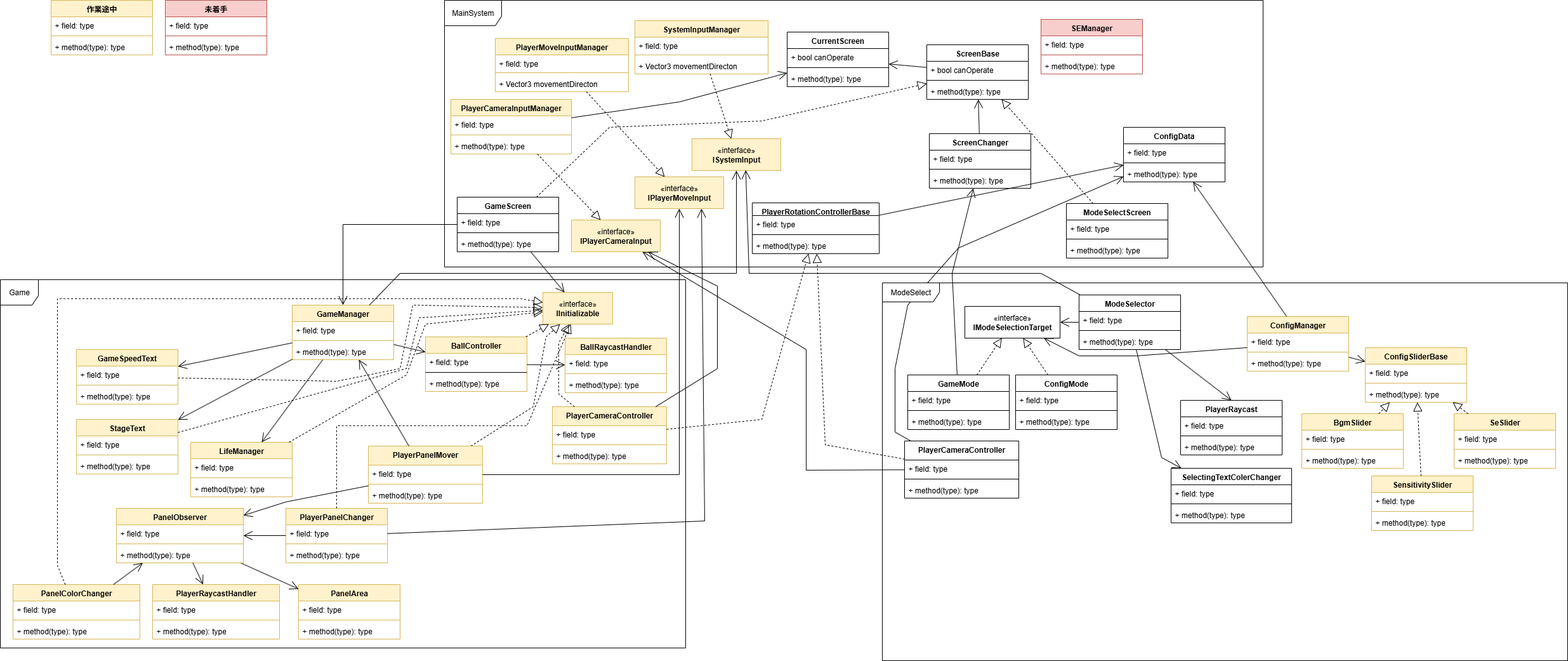
Earlier version of the draw.io export BreakOut.drawio.png (UzukiAlto/3DBreakout). Source tidied: cells renumbered, new cells last; positions are measured from the earlier drawing's top-left corner, leaving out a move shared by most shapes.
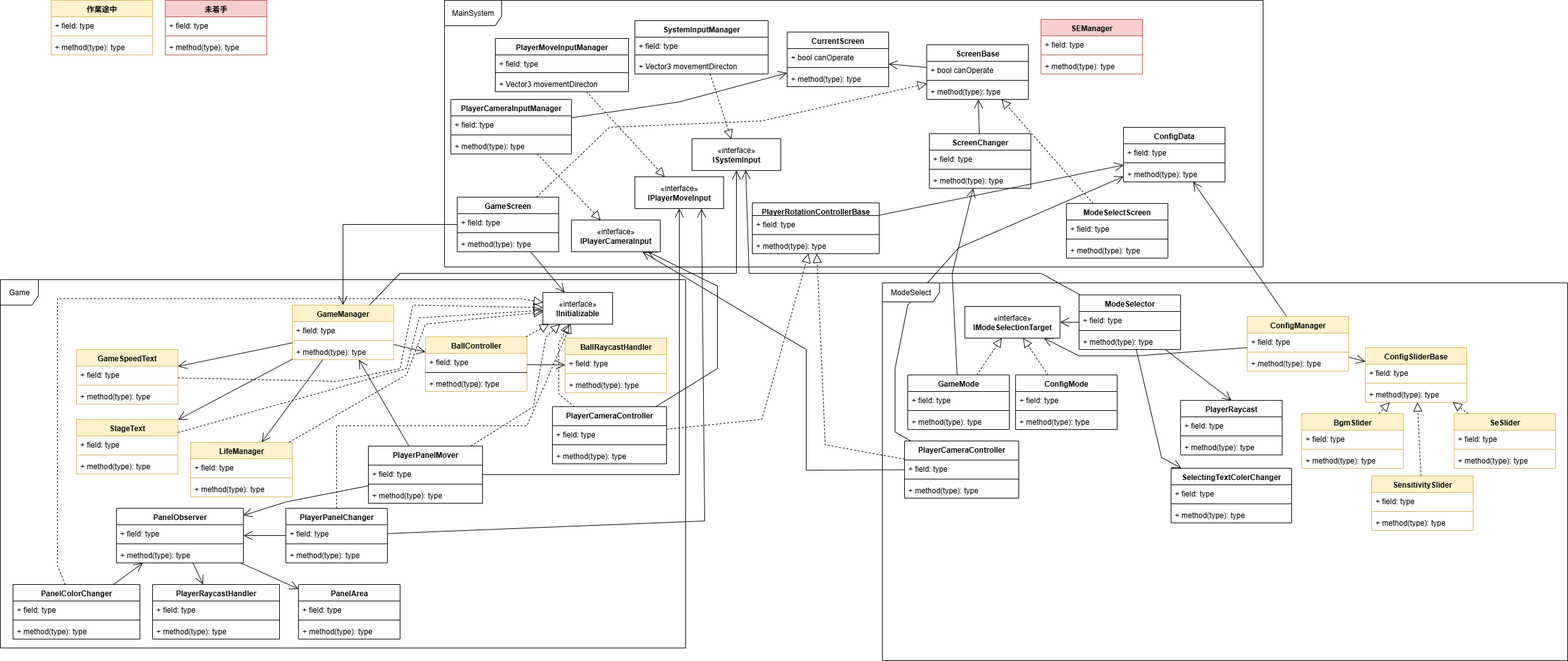
The same file after the commit.

The edit, as a diff of the source:
```diff
@@ -127,7 +127,7 @@
     <mxCell id="36" value="+ method(type): type" style="text;strokeColor=none;fillColor=none;align=left;verticalAlign=top;spacingLeft=4;spacingRight=4;overflow=hidden;whiteSpace=wrap;html=1;" parent="33" vertex="1">
       <mxGeometry y="60" width="160" height="26" as="geometry" />
     </mxCell>
-    <mxCell id="37" value="PlayerCameraController" style="swimlane;fontStyle=1;align=center;verticalAlign=top;horizontal=1;startSize=30;whiteSpace=wrap;html=1;fillColor=#fff2cc;strokeColor=#d6b656;" parent="1" vertex="1">
+    <mxCell id="37" value="PlayerCameraController" style="swimlane;fontStyle=1;align=center;verticalAlign=top;horizontal=1;startSize=30;whiteSpace=wrap;html=1;" parent="1" vertex="1">
       <mxGeometry x="870" y="640" width="180" height="90" as="geometry" />
     </mxCell>
     <mxCell id="38" value="+ field: type" style="text;align=left;verticalAlign=top;spacingLeft=4;spacingRight=4;overflow=hidden;whiteSpace=wrap;html=1;" parent="37" vertex="1">
@@ -146,7 +146,7 @@
         </Array>
       </mxGeometry>
     </mxCell>
-    <mxCell id="42" value="PlayerCameraInputManager" style="swimlane;fontStyle=1;align=center;verticalAlign=top;horizontal=1;startSize=26;whiteSpace=wrap;html=1;fillColor=#fff2cc;strokeColor=#d6b656;" parent="1" vertex="1">
+    <mxCell id="42" value="PlayerCameraInputManager" style="swimlane;fontStyle=1;align=center;verticalAlign=top;horizontal=1;startSize=26;whiteSpace=wrap;html=1;" parent="1" vertex="1">
       <mxGeometry x="710" y="156" width="190" height="86" as="geometry" />
     </mxCell>
     <mxCell id="43" value="+ field: type" style="text;strokeColor=none;fillColor=none;align=left;verticalAlign=top;spacingLeft=4;spacingRight=4;overflow=hidden;whiteSpace=wrap;html=1;" parent="42" vertex="1">
@@ -219,7 +219,7 @@
         </Array>
       </mxGeometry>
     </mxCell>
-    <mxCell id="65" value="«interface»&lt;br&gt;&lt;b&gt;IInitializable&lt;/b&gt;" style="html=1;whiteSpace=wrap;fillColor=#fff2cc;strokeColor=#d6b656;" parent="1" vertex="1">
+    <mxCell id="65" value="«interface»&lt;br&gt;&lt;b&gt;IInitializable&lt;/b&gt;" style="html=1;whiteSpace=wrap;" parent="1" vertex="1">
       <mxGeometry x="855" y="460" width="110" height="50" as="geometry" />
     </mxCell>
     <mxCell id="66" style="endArrow=block;dashed=1;endFill=0;endSize=12;html=1;rounded=0;" parent="1" edge="1" source="46" target="65">
@@ -257,7 +257,7 @@
         </Array>
       </mxGeometry>
     </mxCell>
-    <mxCell id="74" value="PlayerPanelMover" style="swimlane;fontStyle=1;align=center;verticalAlign=top;horizontal=1;startSize=30;whiteSpace=wrap;html=1;fillColor=#fff2cc;strokeColor=#d6b656;" parent="1" vertex="1">
+    <mxCell id="74" value="PlayerPanelMover" style="swimlane;fontStyle=1;align=center;verticalAlign=top;horizontal=1;startSize=30;whiteSpace=wrap;html=1;" parent="1" vertex="1">
       <mxGeometry x="580" y="702" width="180" height="90" as="geometry" />
     </mxCell>
     <mxCell id="75" value="+ field: type" style="text;strokeColor=none;fillColor=none;align=left;verticalAlign=top;spacingLeft=4;spacingRight=4;overflow=hidden;whiteSpace=wrap;html=1;" parent="74" vertex="1">
@@ -269,7 +269,7 @@
     <mxCell id="77" value="+ method(type): type" style="text;strokeColor=none;fillColor=none;align=left;verticalAlign=top;spacingLeft=4;spacingRight=4;overflow=hidden;whiteSpace=wrap;html=1;" parent="74" vertex="1">
       <mxGeometry y="64" width="180" height="26" as="geometry" />
     </mxCell>
-    <mxCell id="78" value="PlayerMoveInputManager" style="swimlane;fontStyle=1;align=center;verticalAlign=top;horizontal=1;startSize=26;whiteSpace=wrap;html=1;fillColor=#fff2cc;strokeColor=#d6b656;" parent="1" vertex="1">
+    <mxCell id="78" value="PlayerMoveInputManager" style="swimlane;fontStyle=1;align=center;verticalAlign=top;horizontal=1;startSize=26;whiteSpace=wrap;html=1;" parent="1" vertex="1">
       <mxGeometry x="780" y="60" width="210" height="84" as="geometry" />
     </mxCell>
     <mxCell id="79" value="+ field: type" style="text;strokeColor=none;fillColor=none;align=left;verticalAlign=top;spacingLeft=4;spacingRight=4;overflow=hidden;whiteSpace=wrap;html=1;" parent="78" vertex="1">
@@ -308,7 +308,7 @@
         </Array>
       </mxGeometry>
     </mxCell>
-    <mxCell id="88" value="PlayerPanelChanger" style="swimlane;fontStyle=1;align=center;verticalAlign=top;horizontal=1;startSize=26;whiteSpace=wrap;html=1;fillColor=#fff2cc;strokeColor=#d6b656;" parent="1" vertex="1">
+    <mxCell id="88" value="PlayerPanelChanger" style="swimlane;fontStyle=1;align=center;verticalAlign=top;horizontal=1;startSize=26;whiteSpace=wrap;html=1;" parent="1" vertex="1">
       <mxGeometry x="450" y="800" width="160" height="86" as="geometry" />
     </mxCell>
     <mxCell id="89" value="+ field: type" style="text;strokeColor=none;fillColor=none;align=left;verticalAlign=top;spacingLeft=4;spacingRight=4;overflow=hidden;whiteSpace=wrap;html=1;" parent="88" vertex="1">
@@ -327,7 +327,7 @@
         </Array>
       </mxGeometry>
     </mxCell>
-    <mxCell id="93" value="PlayerRaycastHandler" style="swimlane;fontStyle=1;align=center;verticalAlign=top;horizontal=1;startSize=26;whiteSpace=wrap;html=1;fillColor=#fff2cc;strokeColor=#d6b656;" parent="1" vertex="1">
+    <mxCell id="93" value="PlayerRaycastHandler" style="swimlane;fontStyle=1;align=center;verticalAlign=top;horizontal=1;startSize=26;whiteSpace=wrap;html=1;" parent="1" vertex="1">
       <mxGeometry x="240" y="920" width="200" height="86" as="geometry" />
     </mxCell>
     <mxCell id="94" value="+ field: type" style="text;strokeColor=none;fillColor=none;align=left;verticalAlign=top;spacingLeft=4;spacingRight=4;overflow=hidden;whiteSpace=wrap;html=1;" parent="93" vertex="1">
@@ -562,7 +562,7 @@
     <mxCell id="164" value="+ method(type): type" style="text;strokeColor=none;fillColor=none;align=left;verticalAlign=top;spacingLeft=4;spacingRight=4;overflow=hidden;whiteSpace=wrap;html=1;" parent="161" vertex="1">
       <mxGeometry y="60" width="160" height="26" as="geometry" />
     </mxCell>
-    <mxCell id="165" value="«interface»&lt;br&gt;&lt;b&gt;IPlayerCameraInput&lt;/b&gt;" style="html=1;whiteSpace=wrap;fillColor=#fff2cc;strokeColor=#d6b656;" parent="1" vertex="1">
+    <mxCell id="165" value="«interface»&lt;br&gt;&lt;b&gt;IPlayerCameraInput&lt;/b&gt;" style="html=1;whiteSpace=wrap;" parent="1" vertex="1">
       <mxGeometry x="900" y="346" width="140" height="50" as="geometry" />
     </mxCell>
     <mxCell id="166" style="endArrow=block;dashed=1;endFill=0;endSize=12;html=1;rounded=0;" parent="1" edge="1" source="42" target="165">
@@ -576,7 +576,7 @@
         </Array>
       </mxGeometry>
     </mxCell>
-    <mxCell id="168" value="«interface»&lt;br&gt;&lt;b&gt;IPlayerMoveInput&lt;/b&gt;" style="html=1;whiteSpace=wrap;fillColor=#fff2cc;strokeColor=#d6b656;" parent="1" vertex="1">
+    <mxCell id="168" value="«interface»&lt;br&gt;&lt;b&gt;IPlayerMoveInput&lt;/b&gt;" style="html=1;whiteSpace=wrap;" parent="1" vertex="1">
       <mxGeometry x="1000" y="278" width="140" height="50" as="geometry" />
     </mxCell>
     <mxCell id="169" style="endArrow=block;dashed=1;endFill=0;endSize=12;html=1;rounded=0;" parent="1" edge="1" source="78" target="168">
@@ -613,7 +613,7 @@
         </Array>
       </mxGeometry>
     </mxCell>
-    <mxCell id="177" value="SystemInputManager" style="swimlane;fontStyle=1;align=center;verticalAlign=top;horizontal=1;startSize=26;whiteSpace=wrap;html=1;fillColor=#fff2cc;strokeColor=#d6b656;" parent="1" vertex="1">
+    <mxCell id="177" value="SystemInputManager" style="swimlane;fontStyle=1;align=center;verticalAlign=top;horizontal=1;startSize=26;whiteSpace=wrap;html=1;" parent="1" vertex="1">
       <mxGeometry x="1000" y="32" width="210" height="84" as="geometry" />
     </mxCell>
     <mxCell id="178" value="+ field: type" style="text;strokeColor=none;fillColor=none;align=left;verticalAlign=top;spacingLeft=4;spacingRight=4;overflow=hidden;whiteSpace=wrap;html=1;" parent="177" vertex="1">
@@ -625,7 +625,7 @@
     <mxCell id="180" value="+ Vector3 movementDirecton" style="text;strokeColor=none;fillColor=none;align=left;verticalAlign=top;spacingLeft=4;spacingRight=4;overflow=hidden;whiteSpace=wrap;html=1;" parent="177" vertex="1">
       <mxGeometry y="58" width="210" height="26" as="geometry" />
     </mxCell>
-    <mxCell id="181" value="«interface»&lt;br&gt;&lt;b&gt;I&lt;/b&gt;&lt;span style=&quot;font-weight: 700;&quot;&gt;SystemInput&lt;/span&gt;" style="html=1;whiteSpace=wrap;fillColor=#fff2cc;strokeColor=#d6b656;" parent="1" vertex="1">
+    <mxCell id="181" value="«interface»&lt;br&gt;&lt;b&gt;I&lt;/b&gt;&lt;span style=&quot;font-weight: 700;&quot;&gt;SystemInput&lt;/span&gt;" style="html=1;whiteSpace=wrap;" parent="1" vertex="1">
       <mxGeometry x="1090" y="218" width="140" height="50" as="geometry" />
     </mxCell>
     <mxCell id="182" style="endArrow=block;dashed=1;endFill=0;endSize=12;html=1;rounded=0;" parent="1" edge="1" source="177" target="181">
@@ -661,7 +661,7 @@
     <mxCell id="189" style="endArrow=open;endFill=1;endSize=12;html=1;rounded=0;" parent="1" edge="1" source="150" target="185">
       <mxGeometry relative="1" as="geometry" />
     </mxCell>
-    <mxCell id="190" value="PanelArea" style="swimlane;fontStyle=1;align=center;verticalAlign=top;horizontal=1;startSize=26;whiteSpace=wrap;html=1;fillColor=#fff2cc;strokeColor=#d6b656;" parent="1" vertex="1">
+    <mxCell id="190" value="PanelArea" style="swimlane;fontStyle=1;align=center;verticalAlign=top;horizontal=1;startSize=26;whiteSpace=wrap;html=1;" parent="1" vertex="1">
       <mxGeometry x="470" y="920" width="160" height="86" as="geometry" />
     </mxCell>
     <mxCell id="191" value="+ field: type" style="text;strokeColor=none;fillColor=none;align=left;verticalAlign=top;spacingLeft=4;spacingRight=4;overflow=hidden;whiteSpace=wrap;html=1;" parent="190" vertex="1">
@@ -676,7 +676,7 @@
     <mxCell id="194" style="endArrow=open;endFill=1;endSize=12;html=1;rounded=0;" parent="1" edge="1" source="195" target="190">
       <mxGeometry relative="1" as="geometry" />
     </mxCell>
-    <mxCell id="195" value="&lt;div&gt;PanelObserver&lt;/div&gt;" style="swimlane;fontStyle=1;align=center;verticalAlign=top;horizontal=1;startSize=26;whiteSpace=wrap;html=1;fillColor=#fff2cc;strokeColor=#d6b656;" parent="1" vertex="1">
+    <mxCell id="195" value="&lt;div&gt;PanelObserver&lt;/div&gt;" style="swimlane;fontStyle=1;align=center;verticalAlign=top;horizontal=1;startSize=26;whiteSpace=wrap;html=1;" parent="1" vertex="1">
       <mxGeometry x="183" y="800" width="200" height="86" as="geometry" />
     </mxCell>
     <mxCell id="196" value="+ field: type" style="text;strokeColor=none;fillColor=none;align=left;verticalAlign=top;spacingLeft=4;spacingRight=4;overflow=hidden;whiteSpace=wrap;html=1;" parent="195" vertex="1">
@@ -691,7 +691,7 @@
     <mxCell id="199" style="endArrow=open;endFill=1;endSize=12;html=1;rounded=0;" parent="1" edge="1" source="195" target="93">
       <mxGeometry relative="1" as="geometry" />
     </mxCell>
-    <mxCell id="200" value="PanelColorChanger" style="swimlane;fontStyle=1;align=center;verticalAlign=top;horizontal=1;startSize=26;whiteSpace=wrap;html=1;fillColor=#fff2cc;strokeColor=#d6b656;" parent="1" vertex="1">
+    <mxCell id="200" value="PanelColorChanger" style="swimlane;fontStyle=1;align=center;verticalAlign=top;horizontal=1;startSize=26;whiteSpace=wrap;html=1;" parent="1" vertex="1">
       <mxGeometry x="20" y="920" width="200" height="86" as="geometry" />
     </mxCell>
     <mxCell id="201" value="+ field: type" style="text;strokeColor=none;fillColor=none;align=left;verticalAlign=top;spacingLeft=4;spacingRight=4;overflow=hidden;whiteSpace=wrap;html=1;" parent="200" vertex="1">
```
